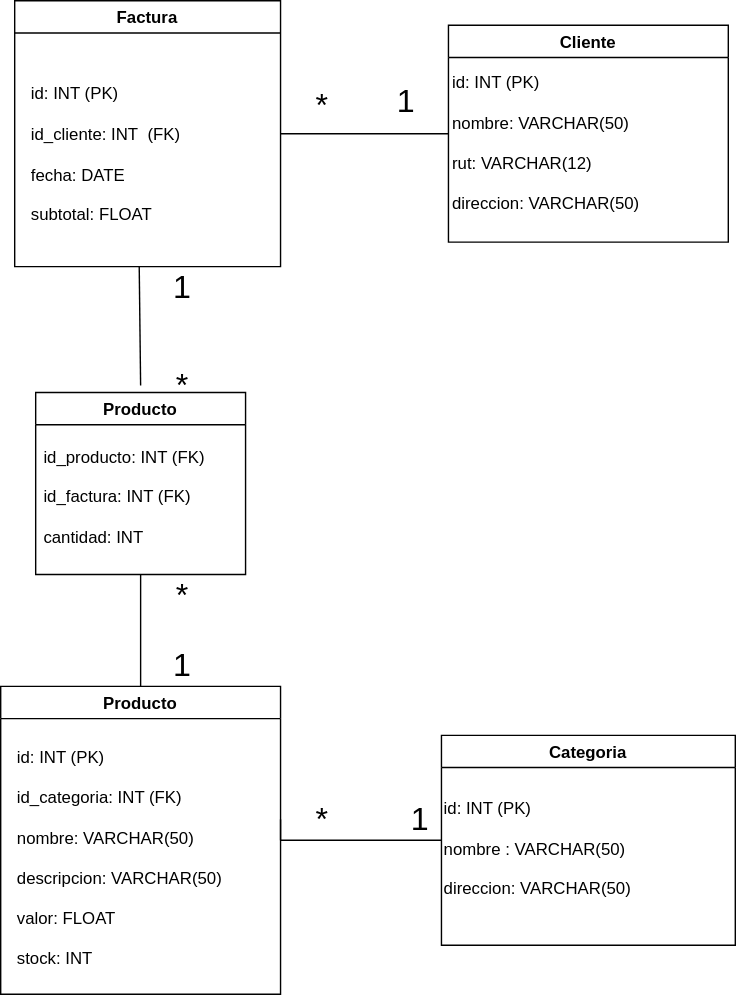
This is Modelo_Fisico_LTG.drawio.svg from latiscool/Tienda-Electronica---LTG, a draw.io export, as it was before one commit. Source tidied: cells renumbered, new cells last; positions are measured from the earlier drawing's top-left corner, leaving out a move shared by most shapes.
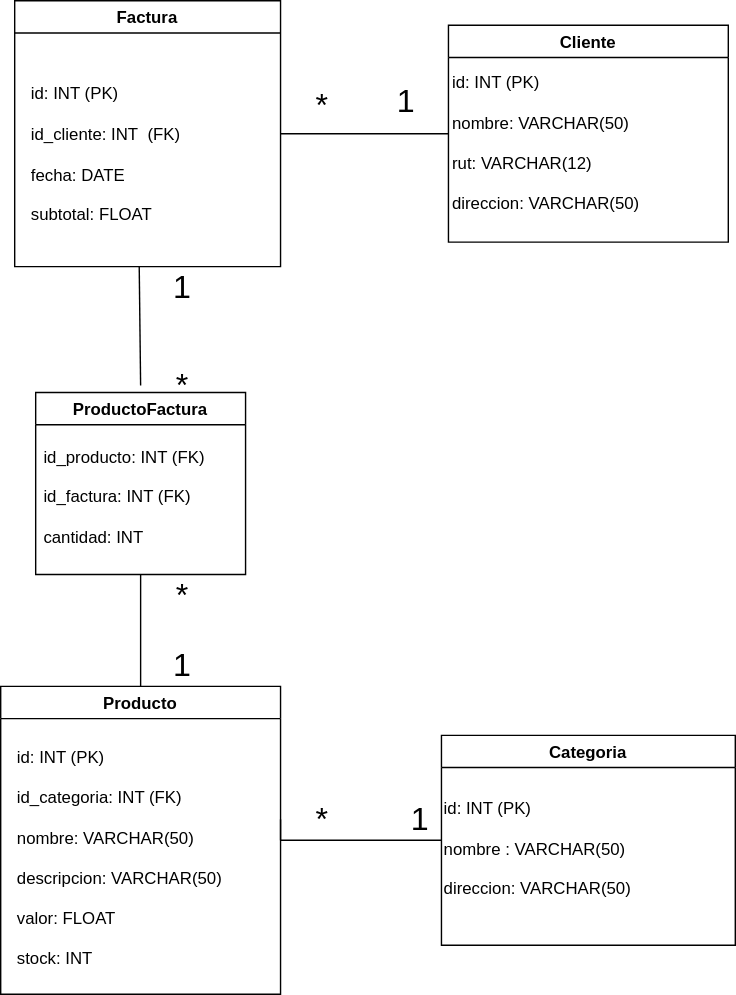
The same file after the commit.

What changed in the source:
```diff
@@ -49,7 +49,7 @@
         <mxPoint x="200" y="600" as="sourcePoint" />
       </mxGeometry>
     </mxCell>
-    <mxCell id="17" value="Producto" style="swimlane;startSize=23;" parent="1" vertex="1">
+    <mxCell id="17" value="ProductoFactura" style="swimlane;startSize=23;" parent="1" vertex="1">
       <mxGeometry x="25" y="280" width="150" height="130" as="geometry" />
     </mxCell>
     <mxCell id="18" value="id_producto: INT (FK)&amp;nbsp;&lt;br&gt;&lt;br&gt;id_factura: INT (FK)&amp;nbsp;&amp;nbsp;&lt;br&gt;&lt;br&gt;cantidad: INT" style="text;html=1;strokeColor=none;fillColor=none;align=left;verticalAlign=middle;whiteSpace=wrap;rounded=0;" parent="17" vertex="1">
```
